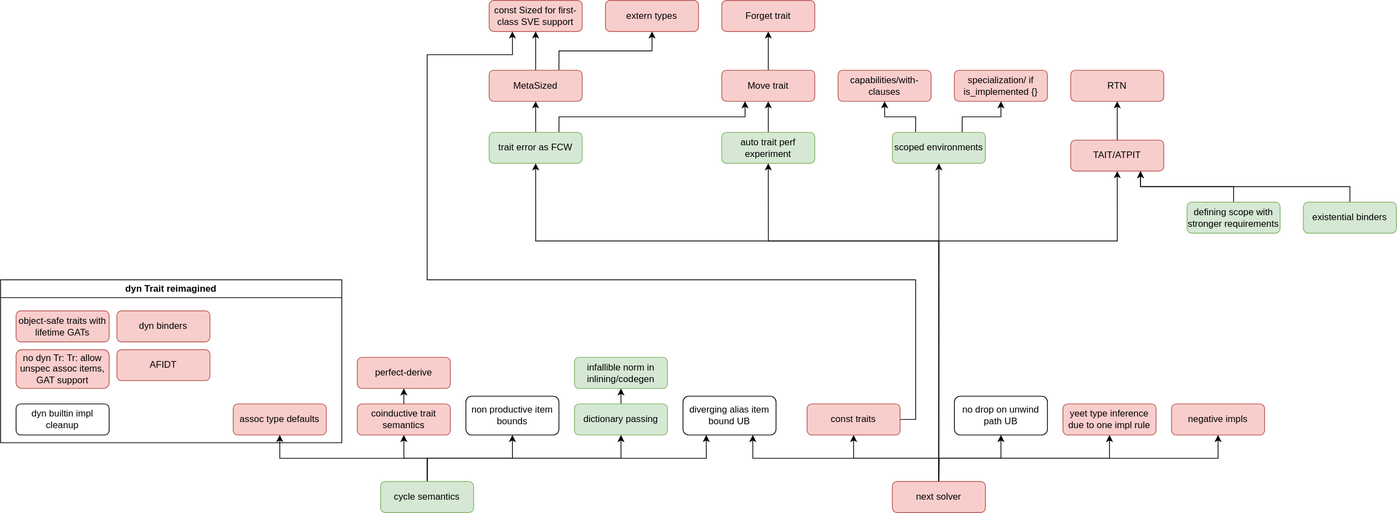
Before: roadmap.svg, a diagram exported from draw.io (hexcatnl/roadmap). Source tidied: cells renumbered, new cells last; positions are measured from the earlier drawing's top-left corner, leaving out a move shared by most shapes.
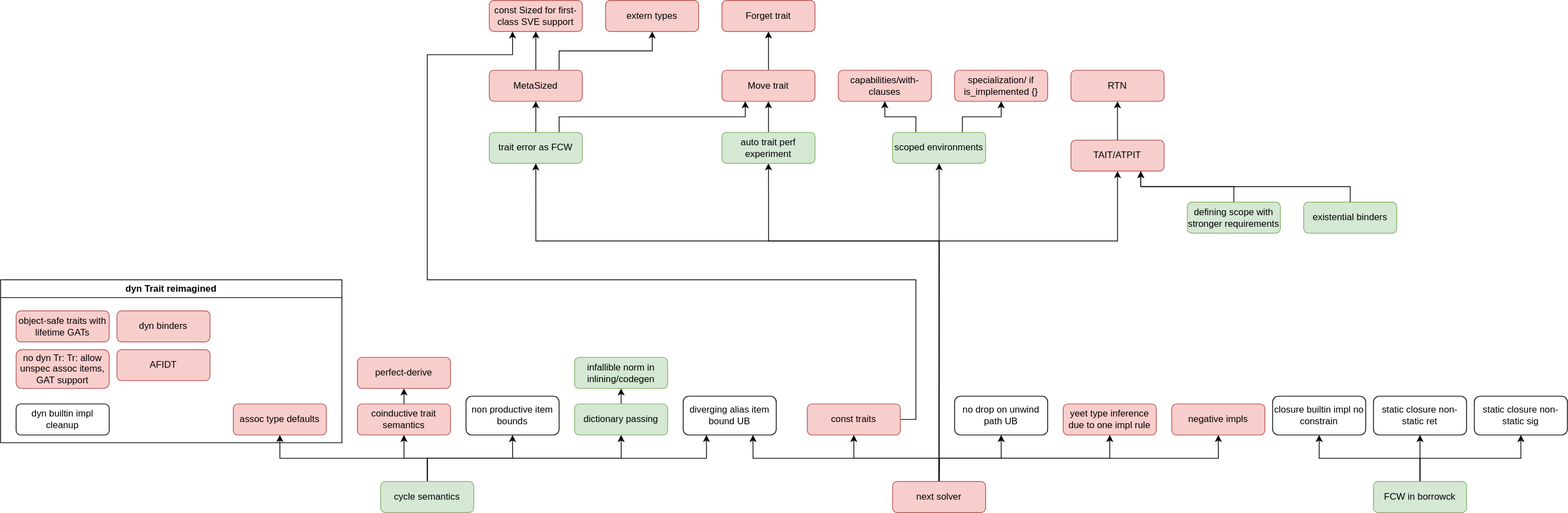
The same file after the commit.

The edit, as a diff of the source:
```diff
@@ -222,5 +222,26 @@
     <mxCell id="62" value="existential binders" style="rounded=1;whiteSpace=wrap;html=1;fillColor=#d5e8d4;strokeColor=#82b366;" parent="1" vertex="1">
       <mxGeometry x="1680" y="260" width="120" height="40" as="geometry" />
     </mxCell>
+    <mxCell id="63" style="edgeStyle=orthogonalEdgeStyle;rounded=0;jettySize=auto;html=1;exitX=0.5;exitY=0;exitDx=0;exitDy=0;entryX=0.5;entryY=1;entryDx=0;entryDy=0;" parent="1" edge="1" source="66" target="67">
+      <mxGeometry relative="1" as="geometry" />
+    </mxCell>
+    <mxCell id="64" style="edgeStyle=orthogonalEdgeStyle;rounded=0;jettySize=auto;html=1;exitX=0.5;exitY=0;exitDx=0;exitDy=0;entryX=0.5;entryY=1;entryDx=0;entryDy=0;" parent="1" edge="1" source="66" target="68">
+      <mxGeometry relative="1" as="geometry" />
+    </mxCell>
+    <mxCell id="65" style="edgeStyle=orthogonalEdgeStyle;rounded=0;jettySize=auto;html=1;exitX=0.5;exitY=0;exitDx=0;exitDy=0;entryX=0.5;entryY=1;entryDx=0;entryDy=0;" parent="1" edge="1" source="66" target="69">
+      <mxGeometry relative="1" as="geometry" />
+    </mxCell>
+    <mxCell id="66" value="FCW in borrowck" style="rounded=1;whiteSpace=wrap;html=1;fillColor=#d5e8d4;strokeColor=#82b366;" parent="1" vertex="1">
+      <mxGeometry x="1770" y="620" width="120" height="40" as="geometry" />
+    </mxCell>
+    <mxCell id="67" value="&lt;a href=&quot;https://github.com/rust-lang/rust/issues/141713&quot;&gt;closure builtin impl no constrain&lt;/a&gt;" style="rounded=1;whiteSpace=wrap;html=1;fillColor=light-dark(#FFFFFF,#FF3333);" parent="1" vertex="1">
+      <mxGeometry x="1640" y="510" width="120" height="50" as="geometry" />
+    </mxCell>
+    <mxCell id="68" value="&lt;a href=&quot;https://github.com/rust-lang/rust/issues/84366&quot;&gt;static closure non-static ret&lt;/a&gt;" style="rounded=1;whiteSpace=wrap;html=1;fillColor=light-dark(#FFFFFF,#FF3333);" parent="1" vertex="1">
+      <mxGeometry x="1770" y="510" width="120" height="50" as="geometry" />
+    </mxCell>
+    <mxCell id="69" value="&lt;a href=&quot;https://github.com/rust-lang/rust/issues/112905&quot;&gt;static closure non-static sig&lt;/a&gt;" style="rounded=1;whiteSpace=wrap;html=1;fillColor=light-dark(#FFFFFF,#FF3333);" parent="1" vertex="1">
+      <mxGeometry x="1900" y="510" width="120" height="50" as="geometry" />
+    </mxCell>
   </root>
 </mxGraphModel>
```
